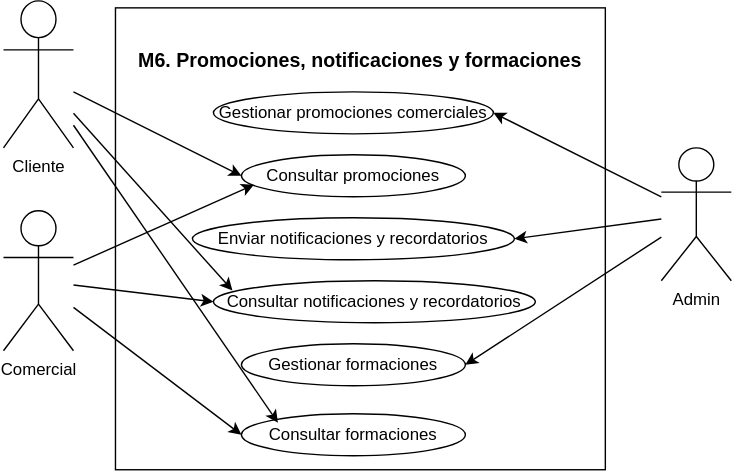
This is docs/docs/figures/UML/CasosDeUso/M6_CasosDeUso.svg from MadaoSurmanito/app-tfg, a draw.io export, as it was before one commit. Source tidied: cells renumbered, new cells last; positions are measured from the earlier drawing's top-left corner, leaving out a move shared by most shapes.
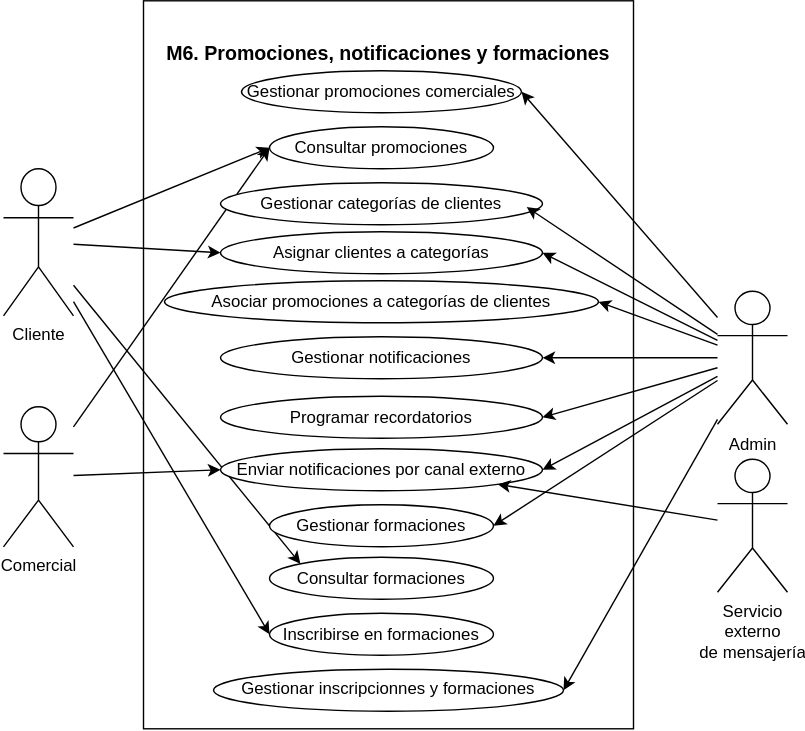
After the change.

What changed in the source:
```diff
@@ -3,61 +3,103 @@
     <mxCell id="0" />
     <mxCell id="1" parent="0" />
     <mxCell id="2" value="&lt;h1&gt;&lt;font style=&quot;font-size: 14px;&quot;&gt;M6. Promociones, notificaciones y formaciones&lt;/font&gt;&lt;/h1&gt;" style="rounded=0;whiteSpace=wrap;html=1;verticalAlign=top;spacing=0;labelPosition=center;verticalLabelPosition=middle;align=center;" parent="1" vertex="1">
-      <mxGeometry x="80" y="5" width="350" height="330" as="geometry" />
+      <mxGeometry x="80" y="5" width="350" height="520" as="geometry" />
     </mxCell>
-    <mxCell id="3" style="edgeStyle=none;html=1;entryX=0.056;entryY=0.712;entryDx=0;entryDy=0;entryPerimeter=0;" parent="1" edge="1" source="4" target="8">
+    <mxCell id="3" style="edgeStyle=none;html=1;entryX=0;entryY=0.5;entryDx=0;entryDy=0;" parent="1" edge="1" source="4" target="8">
       <mxGeometry relative="1" as="geometry" />
     </mxCell>
+    <mxCell id="12" style="edgeStyle=none;html=1;entryX=0;entryY=0.5;entryDx=0;entryDy=0;" parent="1" edge="1" source="4" target="20">
+      <mxGeometry relative="1" as="geometry" />
+    </mxCell>
     <mxCell id="4" value="Comercial" style="shape=umlActor;verticalLabelPosition=bottom;verticalAlign=top;html=1;outlineConnect=0;" parent="1" vertex="1">
-      <mxGeometry y="150" width="50" height="100" as="geometry" />
+      <mxGeometry x="-20" y="295" width="50" height="100" as="geometry" />
     </mxCell>
+    <mxCell id="14" style="edgeStyle=none;html=1;entryX=0;entryY=0.5;entryDx=0;entryDy=0;" parent="1" edge="1" source="5" target="8">
+      <mxGeometry relative="1" as="geometry" />
+    </mxCell>
+    <mxCell id="21" style="edgeStyle=none;html=1;entryX=0;entryY=0.5;entryDx=0;entryDy=0;" parent="1" edge="1" source="5" target="31">
+      <mxGeometry relative="1" as="geometry" />
+    </mxCell>
+    <mxCell id="16" style="edgeStyle=none;html=1;entryX=0;entryY=0;entryDx=0;entryDy=0;" parent="1" edge="1" source="5" target="11">
+      <mxGeometry relative="1" as="geometry" />
+    </mxCell>
+    <mxCell id="22" style="edgeStyle=none;html=1;entryX=0;entryY=0.5;entryDx=0;entryDy=0;" parent="1" edge="1" source="5" target="34">
+      <mxGeometry relative="1" as="geometry" />
+    </mxCell>
     <mxCell id="5" value="Cliente" style="shape=umlActor;verticalLabelPosition=bottom;verticalAlign=top;html=1;outlineConnect=0;" parent="1" vertex="1">
-      <mxGeometry width="50" height="105" as="geometry" />
+      <mxGeometry x="-20" y="125" width="50" height="105" as="geometry" />
     </mxCell>
+    <mxCell id="17" style="edgeStyle=none;html=1;entryX=1;entryY=0.5;entryDx=0;entryDy=0;" parent="1" edge="1" source="6" target="7">
+      <mxGeometry relative="1" as="geometry" />
+    </mxCell>
+    <mxCell id="23" style="edgeStyle=none;html=1;entryX=1;entryY=0.5;entryDx=0;entryDy=0;" parent="1" edge="1" source="6" target="31">
+      <mxGeometry relative="1" as="geometry" />
+    </mxCell>
+    <mxCell id="24" style="edgeStyle=none;html=1;entryX=1;entryY=0.5;entryDx=0;entryDy=0;" parent="1" edge="1" source="6" target="32">
+      <mxGeometry relative="1" as="geometry" />
+    </mxCell>
+    <mxCell id="25" style="edgeStyle=none;html=1;entryX=1;entryY=0.5;entryDx=0;entryDy=0;" parent="1" edge="1" source="6" target="33">
+      <mxGeometry relative="1" as="geometry" />
+    </mxCell>
+    <mxCell id="18" style="edgeStyle=none;html=1;entryX=1;entryY=0.5;entryDx=0;entryDy=0;" parent="1" edge="1" source="6" target="9">
+      <mxGeometry relative="1" as="geometry" />
+    </mxCell>
+    <mxCell id="26" style="edgeStyle=none;html=1;entryX=1;entryY=0.5;entryDx=0;entryDy=0;" parent="1" edge="1" source="6" target="20">
+      <mxGeometry relative="1" as="geometry" />
+    </mxCell>
+    <mxCell id="19" style="edgeStyle=none;html=1;entryX=1;entryY=0.5;entryDx=0;entryDy=0;" parent="1" edge="1" source="6" target="10">
+      <mxGeometry relative="1" as="geometry" />
+    </mxCell>
+    <mxCell id="27" style="edgeStyle=none;html=1;entryX=1;entryY=0.5;entryDx=0;entryDy=0;" parent="1" edge="1" source="6" target="35">
+      <mxGeometry relative="1" as="geometry" />
+    </mxCell>
     <mxCell id="6" value="Admin" style="shape=umlActor;verticalLabelPosition=bottom;verticalAlign=top;html=1;outlineConnect=0;" parent="1" vertex="1">
-      <mxGeometry x="470" y="105" width="50" height="95" as="geometry" />
+      <mxGeometry x="490" y="212.5" width="50" height="95" as="geometry" />
     </mxCell>
     <mxCell id="7" value="Gestionar promociones comerciales" style="ellipse;whiteSpace=wrap;html=1;" parent="1" vertex="1">
-      <mxGeometry x="150" y="65" width="200" height="30" as="geometry" />
+      <mxGeometry x="150" y="55" width="200" height="30" as="geometry" />
     </mxCell>
     <mxCell id="8" value="Consultar promociones" style="ellipse;whiteSpace=wrap;html=1;" parent="1" vertex="1">
-      <mxGeometry x="170" y="110" width="160" height="30" as="geometry" />
+      <mxGeometry x="170" y="95" width="160" height="30" as="geometry" />
     </mxCell>
-    <mxCell id="9" value="Enviar notificaciones y recordatorios" style="ellipse;whiteSpace=wrap;html=1;" parent="1" vertex="1">
-      <mxGeometry x="135" y="155" width="230" height="30" as="geometry" />
+    <mxCell id="9" value="Programar recordatorios" style="ellipse;whiteSpace=wrap;html=1;" parent="1" vertex="1">
+      <mxGeometry x="135" y="287.5" width="230" height="30" as="geometry" />
     </mxCell>
     <mxCell id="10" value="Gestionar formaciones" style="ellipse;whiteSpace=wrap;html=1;" parent="1" vertex="1">
-      <mxGeometry x="170" y="245" width="160" height="30" as="geometry" />
+      <mxGeometry x="170" y="365" width="160" height="30" as="geometry" />
     </mxCell>
     <mxCell id="11" value="Consultar formaciones" style="ellipse;whiteSpace=wrap;html=1;" parent="1" vertex="1">
-      <mxGeometry x="170" y="295" width="160" height="30" as="geometry" />
+      <mxGeometry x="170" y="402.5" width="160" height="30" as="geometry" />
     </mxCell>
-    <mxCell id="12" style="edgeStyle=none;html=1;entryX=0;entryY=0.5;entryDx=0;entryDy=0;" parent="1" edge="1" source="4" target="20">
-      <mxGeometry relative="1" as="geometry" />
-    </mxCell>
-    <mxCell id="13" style="edgeStyle=none;html=1;entryX=0;entryY=0.5;entryDx=0;entryDy=0;" parent="1" edge="1" source="4" target="11">
-      <mxGeometry relative="1" as="geometry" />
-    </mxCell>
-    <mxCell id="14" style="edgeStyle=none;html=1;entryX=0;entryY=0.5;entryDx=0;entryDy=0;" parent="1" edge="1" source="5" target="8">
-      <mxGeometry relative="1" as="geometry" />
-    </mxCell>
-    <mxCell id="15" style="edgeStyle=none;html=1;entryX=0.059;entryY=0.23;entryDx=0;entryDy=0;entryPerimeter=0;" parent="1" edge="1" source="5" target="20">
-      <mxGeometry relative="1" as="geometry" />
-    </mxCell>
-    <mxCell id="16" style="edgeStyle=none;html=1;entryX=0.163;entryY=0.213;entryDx=0;entryDy=0;entryPerimeter=0;" parent="1" edge="1" source="5" target="11">
-      <mxGeometry relative="1" as="geometry" />
-    </mxCell>
-    <mxCell id="17" style="edgeStyle=none;html=1;entryX=1;entryY=0.5;entryDx=0;entryDy=0;" parent="1" edge="1" source="6" target="7">
-      <mxGeometry relative="1" as="geometry" />
-    </mxCell>
-    <mxCell id="18" style="edgeStyle=none;html=1;entryX=1;entryY=0.5;entryDx=0;entryDy=0;" parent="1" edge="1" source="6" target="9">
-      <mxGeometry relative="1" as="geometry" />
-    </mxCell>
-    <mxCell id="19" style="edgeStyle=none;html=1;entryX=1;entryY=0.5;entryDx=0;entryDy=0;" parent="1" edge="1" source="6" target="10">
-      <mxGeometry relative="1" as="geometry" />
-    </mxCell>
-    <mxCell id="20" value="Consultar notificaciones y recordatorios" style="ellipse;whiteSpace=wrap;html=1;" parent="1" vertex="1">
-      <mxGeometry x="150" y="200" width="230" height="30" as="geometry" />
+    <mxCell id="20" value="Enviar notificaciones por canal externo" style="ellipse;whiteSpace=wrap;html=1;" parent="1" vertex="1">
+      <mxGeometry x="135" y="325" width="230" height="30" as="geometry" />
     </mxCell>
+    <mxCell id="28" style="edgeStyle=none;html=1;entryX=1;entryY=1;entryDx=0;entryDy=0;" parent="1" edge="1" source="29" target="20">
+      <mxGeometry relative="1" as="geometry" />
+    </mxCell>
+    <mxCell id="29" value="Servicio&lt;br&gt;externo&lt;br&gt;de mensajería" style="shape=umlActor;verticalLabelPosition=bottom;verticalAlign=top;html=1;outlineConnect=0;" parent="1" vertex="1">
+      <mxGeometry x="490" y="332.5" width="50" height="95" as="geometry" />
+    </mxCell>
+    <mxCell id="30" value="Gestionar categorías de clientes" style="ellipse;whiteSpace=wrap;html=1;" parent="1" vertex="1">
+      <mxGeometry x="135" y="135" width="230" height="30" as="geometry" />
+    </mxCell>
+    <mxCell id="31" value="Asignar clientes a categorías" style="ellipse;whiteSpace=wrap;html=1;" parent="1" vertex="1">
+      <mxGeometry x="135" y="170" width="230" height="30" as="geometry" />
+    </mxCell>
+    <mxCell id="32" value="Asociar promociones a categorías de clientes" style="ellipse;whiteSpace=wrap;html=1;" parent="1" vertex="1">
+      <mxGeometry x="95" y="205" width="310" height="30" as="geometry" />
+    </mxCell>
+    <mxCell id="33" value="Gestionar notificaciones" style="ellipse;whiteSpace=wrap;html=1;" parent="1" vertex="1">
+      <mxGeometry x="135" y="245" width="230" height="30" as="geometry" />
+    </mxCell>
+    <mxCell id="34" value="Inscribirse en formaciones" style="ellipse;whiteSpace=wrap;html=1;" parent="1" vertex="1">
+      <mxGeometry x="170" y="442.5" width="160" height="30" as="geometry" />
+    </mxCell>
+    <mxCell id="35" value="Gestionar inscripcionnes y formaciones" style="ellipse;whiteSpace=wrap;html=1;" parent="1" vertex="1">
+      <mxGeometry x="130" y="482.5" width="250" height="30" as="geometry" />
+    </mxCell>
+    <mxCell id="36" style="edgeStyle=none;html=1;entryX=0.951;entryY=0.578;entryDx=0;entryDy=0;entryPerimeter=0;" parent="1" edge="1" source="6" target="30">
+      <mxGeometry relative="1" as="geometry" />
+    </mxCell>
   </root>
 </mxGraphModel>
```
